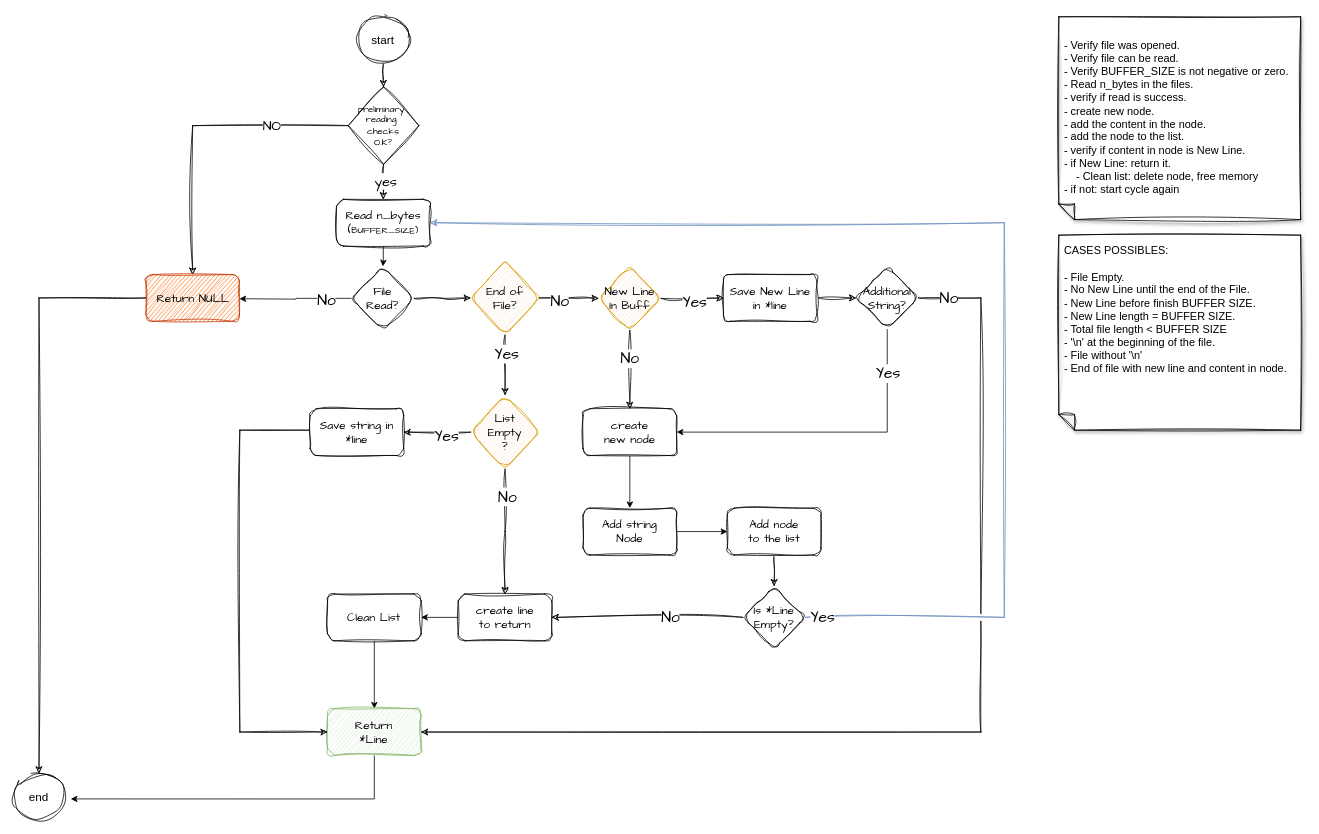
Above: flowcharts_get_next_line.drawio in leonel-carrizo/get_next_line (draw.io), before the change. Source tidied: cells renumbered, new cells numbered last; positions are measured from the earlier drawing's top-left corner, leaving out a move shared by most shapes. Both pictures are drawn from the tidied source at 78%, with x=0, y=0 at pixel (13, 16).
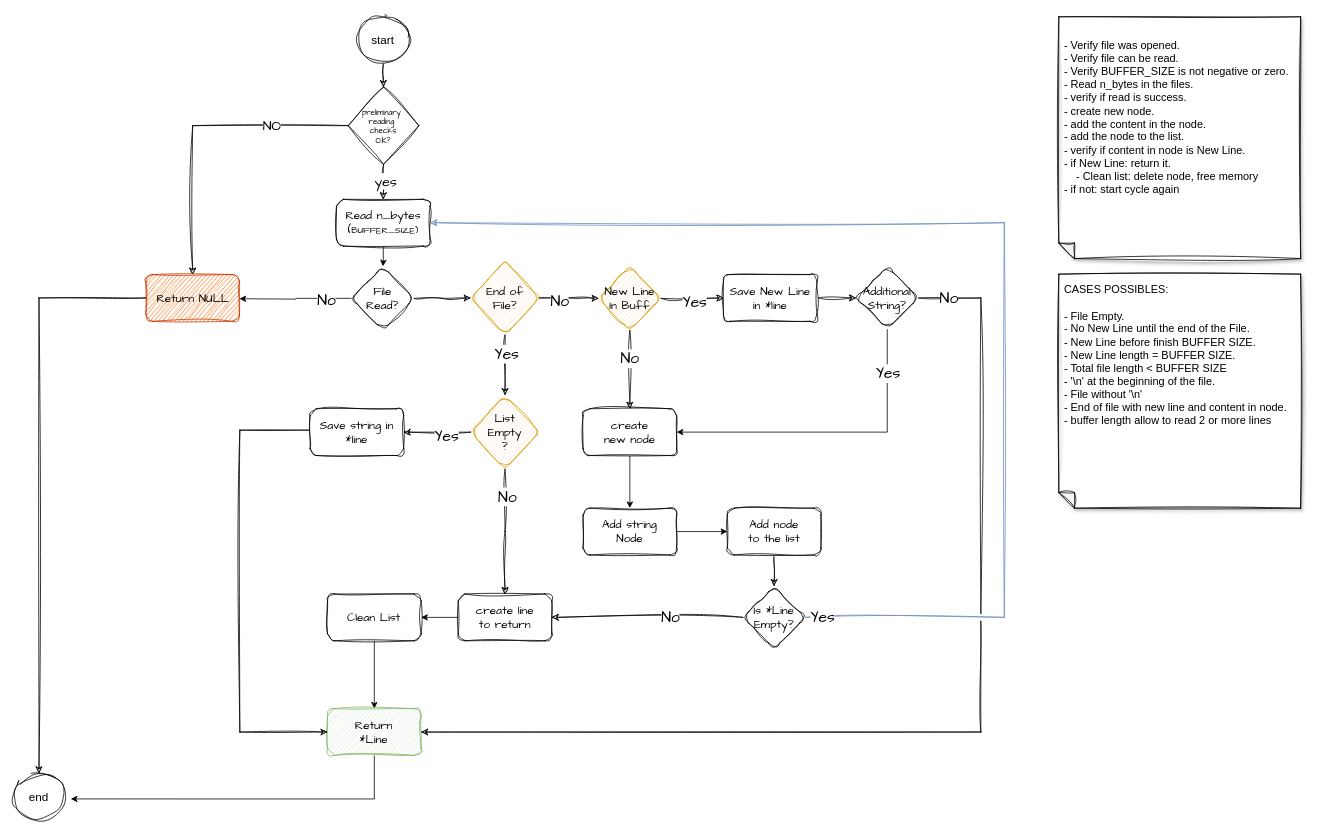
Above is the later version.

What changed in the source:
```diff
@@
     <mxCell id="4" value="&lt;div style=&quot;font-size: 14px;&quot;&gt;&lt;br&gt;&lt;/div&gt;&lt;div style=&quot;font-size: 14px;&quot;&gt;- Verify file was opened.&lt;br style=&quot;font-size: 14px;&quot;&gt;&lt;/div&gt;&lt;div style=&quot;font-size: 14px;&quot;&gt;- Verify file can be read.&lt;/div&gt;&lt;div style=&quot;font-size: 14px;&quot;&gt;- Verify BUFFER_SIZE is not negative or zero.&lt;/div&gt;&lt;div style=&quot;font-size: 14px;&quot;&gt;- Read n_bytes in the files.&lt;/div&gt;&lt;div style=&quot;font-size: 14px;&quot;&gt;- verify if read is success.&lt;/div&gt;&lt;div style=&quot;font-size: 14px;&quot;&gt;- create new node.&lt;/div&gt;&lt;div style=&quot;font-size: 14px;&quot;&gt;- add the content in the node.&lt;/div&gt;&lt;div style=&quot;font-size: 14px;&quot;&gt;- add the node to the list.&lt;br style=&quot;font-size: 14px;&quot;&gt;&lt;/div&gt;&lt;div style=&quot;font-size: 14px;&quot;&gt;- verify if content in node is New Line.&lt;/div&gt;&lt;div style=&quot;font-size: 14px;&quot;&gt;- if New Line: return it.&lt;/div&gt;&lt;div style=&quot;font-size: 14px;&quot;&gt;&lt;span style=&quot;font-size: 14px;&quot;&gt;&lt;span style=&quot;white-space: pre;&quot;&gt;&amp;nbsp;&amp;nbsp;&amp;nbsp;&amp;nbsp;&lt;/span&gt;&lt;/span&gt;- Clean list: delete node, free memory&lt;br style=&quot;font-size: 14px;&quot;&gt;&lt;/div&gt;&lt;div style=&quot;font-size: 14px;&quot;&gt;- if not: start cycle again &lt;br style=&quot;font-size: 14px;&quot;&gt;&lt;/div&gt;" style="shape=note;html=1;backgroundOutline=1;darkOpacity=0.05;fillStyle=solid;direction=west;gradientDirection=north;shadow=1;size=20;fontSize=14;sketch=1;curveFitting=1;jiggle=2;verticalAlign=top;spacingTop=5;spacingLeft=5;align=left;whiteSpace=wrap;" parent="1" vertex="1">
-      <mxGeometry x="1340" y="1" width="310" height="260" as="geometry" />
+      <mxGeometry x="1340" y="1" width="310" height="310" as="geometry" />
     </mxCell>
@@
-    <mxCell id="9" value="&lt;div style=&quot;font-size: 12px;&quot;&gt;preliminary&amp;nbsp;&lt;/div&gt;&lt;div style=&quot;font-size: 12px;&quot;&gt;reading&amp;nbsp;&lt;/div&gt;&lt;div style=&quot;font-size: 12px;&quot;&gt;checks&lt;/div&gt;&lt;div style=&quot;font-size: 12px;&quot;&gt;O.K?&lt;br style=&quot;font-size: 12px;&quot;&gt;&lt;/div&gt;" style="rhombus;whiteSpace=wrap;html=1;sketch=1;curveFitting=1;jiggle=2;hachureGap=4;fontFamily=Architects Daughter;fontSize=12;" parent="1" vertex="1">
+    <mxCell id="9" value="&lt;div style=&quot;font-size: 10px;&quot;&gt;preliminary&amp;nbsp;&lt;/div&gt;&lt;div style=&quot;font-size: 10px;&quot;&gt;reading&amp;nbsp;&lt;/div&gt;&lt;div style=&quot;font-size: 10px;&quot;&gt;checks&lt;/div&gt;&lt;div style=&quot;font-size: 10px;&quot;&gt;O.K?&lt;br style=&quot;font-size: 10px;&quot;&gt;&lt;/div&gt;" style="rhombus;whiteSpace=wrap;html=1;sketch=1;curveFitting=1;jiggle=2;hachureGap=4;fontFamily=Architects Daughter;fontSize=10;verticalAlign=middle;" parent="1" vertex="1">
       <mxGeometry x="429" y="91" width="90.4" height="99.2" as="geometry" />
     </mxCell>
@@
-    <mxCell id="25" value="CASES POSSIBLES:&lt;br&gt;&lt;br&gt;- File Empty.&lt;br&gt;- No New Line until the end of the File.&lt;br&gt;- New Line before finish BUFFER SIZE.&lt;br&gt;- New Line length = BUFFER SIZE.&lt;br&gt;- Total file length &amp;lt; BUFFER SIZE&lt;br&gt;- '\n' at the beginning of the file.&lt;br&gt;&lt;div&gt;- File without '\n'&lt;/div&gt;&lt;div&gt;- End of file with new line and content in node.&lt;br&gt;&lt;/div&gt;" style="shape=note;backgroundOutline=1;darkOpacity=0.05;fillStyle=solid;direction=west;gradientDirection=north;shadow=1;size=20;sketch=1;curveFitting=1;jiggle=2;labelPosition=center;verticalLabelPosition=middle;align=left;verticalAlign=top;fontSize=14;html=1;labelBorderColor=none;labelBackgroundColor=none;strokeColor=default;gradientColor=none;perimeterSpacing=0;spacingTop=5;spacingLeft=5;" parent="1" vertex="1">
-      <mxGeometry x="1340" y="281" width="310" height="250" as="geometry" />
+    <mxCell id="25" value="CASES POSSIBLES:&lt;br&gt;&lt;br&gt;- File Empty.&lt;br&gt;- No New Line until the end of the File.&lt;br&gt;- New Line before finish BUFFER SIZE.&lt;br&gt;- New Line length = BUFFER SIZE.&lt;br&gt;- Total file length &amp;lt; BUFFER SIZE&lt;br&gt;- '\n' at the beginning of the file.&lt;br&gt;&lt;div&gt;- File without '\n'&lt;/div&gt;&lt;div&gt;- End of file with new line and content in node.&lt;br&gt;&lt;/div&gt;&lt;div&gt;- buffer length allow to read 2 or more lines&lt;/div&gt;" style="shape=note;backgroundOutline=1;darkOpacity=0.05;fillStyle=solid;direction=west;gradientDirection=north;shadow=1;size=20;sketch=1;curveFitting=1;jiggle=2;labelPosition=center;verticalLabelPosition=middle;align=left;verticalAlign=top;fontSize=14;html=1;labelBorderColor=none;labelBackgroundColor=none;strokeColor=default;gradientColor=none;perimeterSpacing=0;spacingTop=5;spacingLeft=5;whiteSpace=wrap;" parent="1" vertex="1">
+      <mxGeometry x="1340" y="331" width="310" height="300" as="geometry" />
     </mxCell>
```
